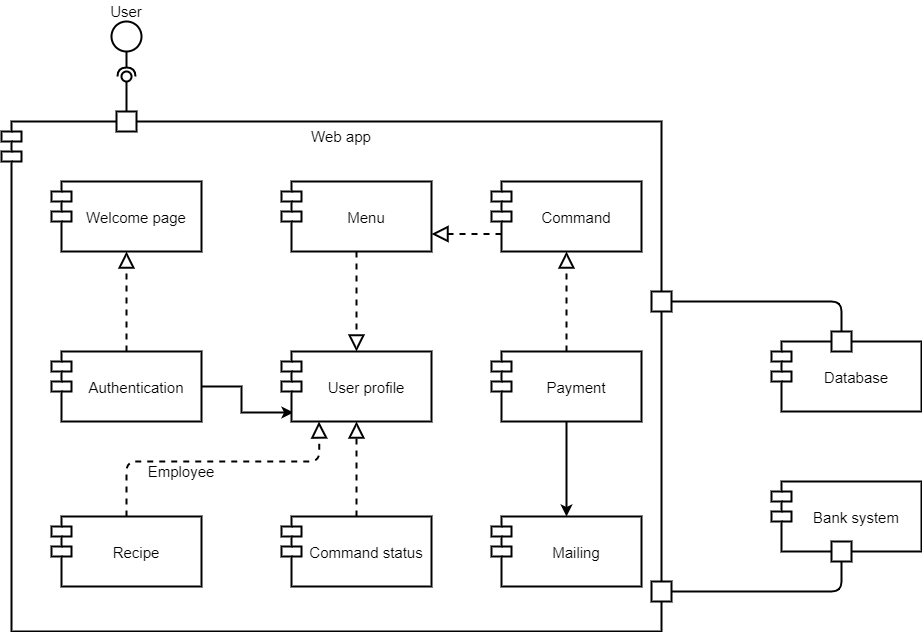
Earlier version of the draw.io export diagrammes/component diagram.png (Tony380/Projet6). Source tidied: cells renumbered, new cells last; positions are measured from the earlier drawing's top-left corner, leaving out a move shared by most shapes.
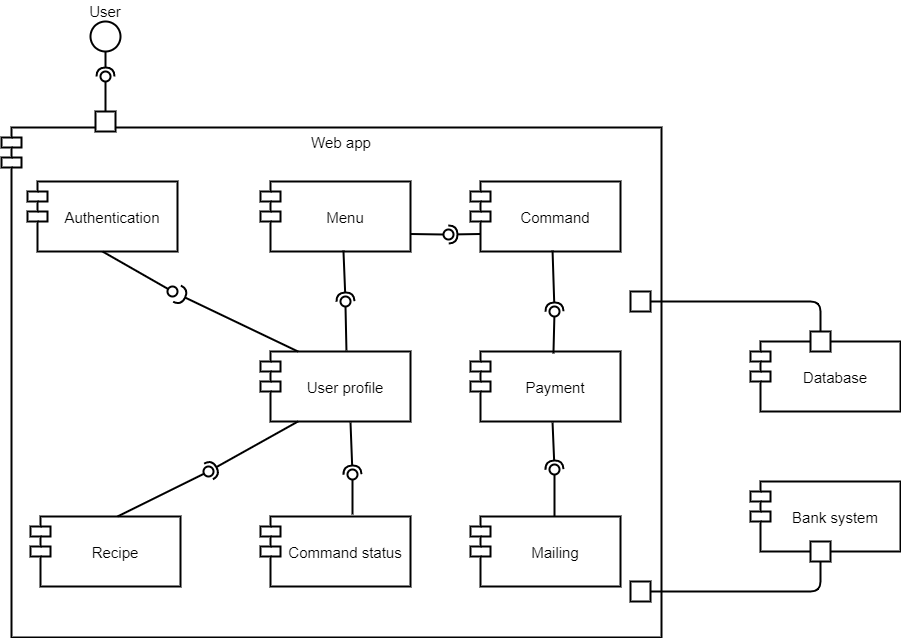
The same diagram one commit later.

Commit message:
Correction class_diagram relations

What changed in the source:
```diff
@@ -3,13 +3,10 @@
     <mxCell id="0" />
     <mxCell id="1" parent="0" />
     <mxCell id="2" value="Web app" style="shape=module;align=left;spacingLeft=20;align=center;verticalAlign=top;strokeWidth=2;fontSize=15;" parent="1" vertex="1">
-      <mxGeometry y="120" width="660" height="510" as="geometry" />
+      <mxGeometry x="21" y="126" width="660" height="510" as="geometry" />
     </mxCell>
-    <mxCell id="3" style="edgeStyle=orthogonalEdgeStyle;rounded=0;jettySize=auto;html=1;entryX=0.08;entryY=0.871;entryDx=0;entryDy=0;entryPerimeter=0;strokeWidth=2;fontSize=15;" parent="1" edge="1" source="4" target="10">
-      <mxGeometry relative="1" as="geometry" />
-    </mxCell>
     <mxCell id="4" value="Authentication" style="shape=module;align=left;spacingLeft=20;align=center;verticalAlign=middle;strokeWidth=2;fontSize=15;" parent="1" vertex="1">
-      <mxGeometry x="50" y="350" width="150" height="70" as="geometry" />
+      <mxGeometry x="47" y="180" width="150" height="70" as="geometry" />
     </mxCell>
     <mxCell id="5" value="Bank system" style="shape=module;align=left;spacingLeft=20;align=center;verticalAlign=middle;strokeWidth=2;fontSize=15;" parent="1" vertex="1">
       <mxGeometry x="770" y="480" width="150" height="70" as="geometry" />
@@ -29,9 +26,6 @@
     <mxCell id="10" value="User profile" style="shape=module;align=left;spacingLeft=20;align=center;verticalAlign=middle;strokeWidth=2;fontSize=15;" parent="1" vertex="1">
       <mxGeometry x="280" y="350" width="150" height="70" as="geometry" />
     </mxCell>
-    <mxCell id="11" value="Welcome page" style="shape=module;align=left;spacingLeft=20;align=center;verticalAlign=middle;strokeWidth=2;fontSize=15;" parent="1" vertex="1">
-      <mxGeometry x="50" y="180" width="150" height="70" as="geometry" />
-    </mxCell>
     <mxCell id="12" style="ellipse;whiteSpace=wrap;html=1;strokeWidth=2;fontSize=15;verticalAlign=middle;" parent="1" vertex="1">
       <mxGeometry x="110" y="20" width="30" height="30" as="geometry" />
     </mxCell>
@@ -41,21 +35,9 @@
     <mxCell id="14" value="User" style="text;html=1;strokeColor=none;fillColor=none;align=center;verticalAlign=middle;whiteSpace=wrap;rounded=0;strokeWidth=2;fontSize=15;" parent="1" vertex="1">
       <mxGeometry x="105" width="40" height="20" as="geometry" />
     </mxCell>
-    <mxCell id="15" style="endArrow=block;dashed=1;endFill=0;endSize=12;html=1;entryX=0.5;entryY=1;entryDx=0;entryDy=0;exitX=0.5;exitY=0;exitDx=0;exitDy=0;strokeWidth=2;fontSize=15;verticalAlign=middle;" parent="1" edge="1" source="4" target="11">
-      <mxGeometry relative="1" as="geometry" />
-    </mxCell>
-    <mxCell id="16" style="endArrow=block;dashed=1;endFill=0;endSize=12;html=1;entryX=1;entryY=0.75;entryDx=0;entryDy=0;exitX=0;exitY=0.75;exitDx=10;exitDy=0;exitPerimeter=0;strokeWidth=2;fontSize=15;verticalAlign=middle;" parent="1" edge="1" source="8" target="9">
-      <mxGeometry relative="1" as="geometry" />
-    </mxCell>
-    <mxCell id="17" style="edgeStyle=orthogonalEdgeStyle;rounded=0;jettySize=auto;html=1;entryX=0.5;entryY=0;entryDx=0;entryDy=0;strokeWidth=2;fontSize=15;" parent="1" edge="1" source="18" target="31">
-      <mxGeometry relative="1" as="geometry" />
-    </mxCell>
     <mxCell id="18" value="Payment" style="shape=module;align=left;spacingLeft=20;align=center;verticalAlign=middle;strokeWidth=2;fontSize=15;" parent="1" vertex="1">
       <mxGeometry x="490" y="350" width="150" height="70" as="geometry" />
     </mxCell>
-    <mxCell id="19" style="endArrow=block;dashed=1;endFill=0;endSize=12;html=1;exitX=0.5;exitY=0;exitDx=0;exitDy=0;strokeWidth=2;fontSize=15;verticalAlign=middle;" parent="1" edge="1" source="18" target="8">
-      <mxGeometry relative="1" as="geometry" />
-    </mxCell>
     <mxCell id="20" style="whiteSpace=wrap;html=1;strokeWidth=2;fontSize=15;verticalAlign=middle;rotation=90;" parent="1" vertex="1">
       <mxGeometry x="650" y="580" width="20" height="20" as="geometry" />
     </mxCell>
@@ -85,23 +67,6 @@
         </Array>
       </mxGeometry>
     </mxCell>
-    <mxCell id="27" style="endArrow=block;dashed=1;endFill=0;endSize=12;html=1;entryX=0.5;entryY=0;entryDx=0;entryDy=0;exitX=0.5;exitY=1;exitDx=0;exitDy=0;strokeWidth=2;fontSize=15;verticalAlign=middle;" parent="1" edge="1" source="9" target="10">
-      <mxGeometry relative="1" as="geometry" />
-    </mxCell>
-    <mxCell id="28" style="endArrow=block;dashed=1;endFill=0;endSize=12;html=1;entryX=0.5;entryY=1;entryDx=0;entryDy=0;exitX=0.5;exitY=0;exitDx=0;exitDy=0;strokeWidth=2;fontSize=15;verticalAlign=middle;" parent="1" edge="1" source="7" target="10">
-      <mxGeometry relative="1" as="geometry" />
-    </mxCell>
-    <mxCell id="29" style="endArrow=block;dashed=1;endFill=0;endSize=12;html=1;entryX=0.25;entryY=1;entryDx=0;entryDy=0;exitX=0.5;exitY=0;exitDx=0;exitDy=0;strokeWidth=2;fontSize=15;verticalAlign=middle;" parent="1" edge="1" source="25" target="10">
-      <mxGeometry relative="1" as="geometry">
-        <Array as="points">
-          <mxPoint x="125" y="460" />
-          <mxPoint x="318" y="460" />
-        </Array>
-      </mxGeometry>
-    </mxCell>
-    <mxCell id="30" value="Employee" style="text;html=1;strokeColor=none;fillColor=none;align=center;verticalAlign=middle;whiteSpace=wrap;rounded=0;fontSize=15;rotation=0;" parent="1" vertex="1">
-      <mxGeometry x="160" y="460" width="40" height="20" as="geometry" />
-    </mxCell>
     <mxCell id="31" value="Mailing" style="shape=module;align=left;spacingLeft=20;align=center;verticalAlign=middle;strokeWidth=2;fontSize=15;" parent="1" vertex="1">
       <mxGeometry x="490" y="515" width="150" height="70" as="geometry" />
     </mxCell>
@@ -116,5 +81,70 @@
     <mxCell id="34" style="ellipse;whiteSpace=wrap;html=1;fontFamily=Helvetica;fontSize=15;fontColor=#000000;align=center;strokeColor=#000000;fillColor=#ffffff;points=[];strokeWidth=2;" parent="1" vertex="1">
       <mxGeometry x="120" y="70" width="10" height="10" as="geometry" />
     </mxCell>
+    <mxCell id="35" style="rounded=0;jettySize=auto;html=1;endArrow=none;endFill=0;exitX=0.5;exitY=1;exitDx=0;exitDy=0;strokeWidth=2;" parent="1" edge="1" source="4" target="37">
+      <mxGeometry relative="1" as="geometry" />
+    </mxCell>
+    <mxCell id="36" style="rounded=0;jettySize=auto;html=1;endArrow=halfCircle;endFill=0;endSize=6;strokeWidth=2;exitX=0.25;exitY=0;exitDx=0;exitDy=0;" parent="1" edge="1" source="10" target="37">
+      <mxGeometry relative="1" as="geometry" />
+    </mxCell>
+    <mxCell id="37" style="ellipse;whiteSpace=wrap;html=1;fontFamily=Helvetica;fontSize=12;fontColor=#000000;align=center;strokeColor=#000000;fillColor=#ffffff;points=[];strokeWidth=2;" parent="1" vertex="1">
+      <mxGeometry x="187" y="285" width="10" height="10" as="geometry" />
+    </mxCell>
+    <mxCell id="38" style="rounded=0;jettySize=auto;html=1;endArrow=none;endFill=0;strokeWidth=2;exitX=0.573;exitY=-0.014;exitDx=0;exitDy=0;exitPerimeter=0;" parent="1" edge="1" source="10" target="40">
+      <mxGeometry relative="1" as="geometry" />
+    </mxCell>
+    <mxCell id="39" style="rounded=0;jettySize=auto;html=1;endArrow=halfCircle;endFill=0;entryX=0.5;entryY=0.5;entryDx=0;entryDy=0;endSize=6;strokeWidth=2;exitX=0.553;exitY=0.986;exitDx=0;exitDy=0;exitPerimeter=0;" parent="1" edge="1" source="9" target="40">
+      <mxGeometry relative="1" as="geometry" />
+    </mxCell>
+    <mxCell id="40" style="ellipse;whiteSpace=wrap;html=1;fontFamily=Helvetica;fontSize=12;fontColor=#000000;align=center;strokeColor=#000000;fillColor=#ffffff;points=[];strokeWidth=2;" parent="1" vertex="1">
+      <mxGeometry x="360" y="295" width="10" height="10" as="geometry" />
+    </mxCell>
+    <mxCell id="41" style="rounded=0;jettySize=auto;html=1;endArrow=none;endFill=0;strokeWidth=2;exitX=1;exitY=0.75;exitDx=0;exitDy=0;" parent="1" edge="1" source="9" target="43">
+      <mxGeometry relative="1" as="geometry" />
+    </mxCell>
+    <mxCell id="42" style="rounded=0;jettySize=auto;html=1;endArrow=halfCircle;endFill=0;entryX=0.5;entryY=0.5;entryDx=0;entryDy=0;endSize=6;strokeWidth=2;exitX=0;exitY=0.75;exitDx=10;exitDy=0;exitPerimeter=0;" parent="1" edge="1" source="8" target="43">
+      <mxGeometry relative="1" as="geometry" />
+    </mxCell>
+    <mxCell id="43" style="ellipse;whiteSpace=wrap;html=1;fontFamily=Helvetica;fontSize=12;fontColor=#000000;align=center;strokeColor=#000000;fillColor=#ffffff;points=[];strokeWidth=2;" parent="1" vertex="1">
+      <mxGeometry x="463" y="228" width="10" height="10" as="geometry" />
+    </mxCell>
+    <mxCell id="44" style="rounded=0;jettySize=auto;html=1;endArrow=none;endFill=0;strokeWidth=2;exitX=0.553;exitY=0.029;exitDx=0;exitDy=0;exitPerimeter=0;" parent="1" edge="1" source="18" target="46">
+      <mxGeometry relative="1" as="geometry" />
+    </mxCell>
+    <mxCell id="45" style="rounded=0;jettySize=auto;html=1;endArrow=halfCircle;endFill=0;entryX=0.5;entryY=0.5;entryDx=0;entryDy=0;endSize=6;strokeWidth=2;exitX=0.547;exitY=0.986;exitDx=0;exitDy=0;exitPerimeter=0;" parent="1" edge="1" source="8" target="46">
+      <mxGeometry relative="1" as="geometry" />
+    </mxCell>
+    <mxCell id="46" style="ellipse;whiteSpace=wrap;html=1;fontFamily=Helvetica;fontSize=12;fontColor=#000000;align=center;strokeColor=#000000;fillColor=#ffffff;points=[];strokeWidth=2;" parent="1" vertex="1">
+      <mxGeometry x="569" y="305" width="10" height="10" as="geometry" />
+    </mxCell>
+    <mxCell id="47" style="rounded=0;jettySize=auto;html=1;endArrow=none;endFill=0;strokeWidth=2;exitX=0.56;exitY=0;exitDx=0;exitDy=0;exitPerimeter=0;" parent="1" edge="1" source="31" target="49">
+      <mxGeometry relative="1" as="geometry" />
+    </mxCell>
+    <mxCell id="48" style="rounded=0;jettySize=auto;html=1;endArrow=halfCircle;endFill=0;entryX=0.5;entryY=0.5;entryDx=0;entryDy=0;endSize=6;strokeWidth=2;exitX=0.547;exitY=1.014;exitDx=0;exitDy=0;exitPerimeter=0;" parent="1" edge="1" source="18" target="49">
+      <mxGeometry relative="1" as="geometry" />
+    </mxCell>
+    <mxCell id="49" style="ellipse;whiteSpace=wrap;html=1;fontFamily=Helvetica;fontSize=12;fontColor=#000000;align=center;strokeColor=#000000;fillColor=#ffffff;points=[];strokeWidth=2;" parent="1" vertex="1">
+      <mxGeometry x="569" y="463" width="10" height="10" as="geometry" />
+    </mxCell>
+    <mxCell id="50" style="rounded=0;jettySize=auto;html=1;endArrow=none;endFill=0;strokeWidth=2;" parent="1" edge="1" target="52">
+      <mxGeometry relative="1" as="geometry">
+        <mxPoint x="372" y="513" as="sourcePoint" />
+      </mxGeometry>
+    </mxCell>
+    <mxCell id="51" style="rounded=0;jettySize=auto;html=1;endArrow=halfCircle;endFill=0;entryX=0.5;entryY=0.5;entryDx=0;entryDy=0;endSize=6;strokeWidth=2;exitX=0.6;exitY=1.014;exitDx=0;exitDy=0;exitPerimeter=0;" parent="1" edge="1" source="10" target="52">
+      <mxGeometry relative="1" as="geometry" />
+    </mxCell>
+    <mxCell id="52" style="ellipse;whiteSpace=wrap;html=1;fontFamily=Helvetica;fontSize=12;fontColor=#000000;align=center;strokeColor=#000000;fillColor=#ffffff;points=[];strokeWidth=2;" parent="1" vertex="1">
+      <mxGeometry x="367" y="468" width="10" height="10" as="geometry" />
+    </mxCell>
+    <mxCell id="53" style="rounded=0;jettySize=auto;html=1;endArrow=none;endFill=0;strokeWidth=2;exitX=0.58;exitY=0;exitDx=0;exitDy=0;exitPerimeter=0;" parent="1" edge="1" source="25" target="55">
+      <mxGeometry relative="1" as="geometry" />
+    </mxCell>
+    <mxCell id="54" style="rounded=0;jettySize=auto;html=1;endArrow=halfCircle;endFill=0;entryX=0.5;entryY=0.5;entryDx=0;entryDy=0;endSize=6;strokeWidth=2;exitX=0.25;exitY=1;exitDx=0;exitDy=0;" parent="1" edge="1" source="10" target="55">
+      <mxGeometry relative="1" as="geometry" />
+    </mxCell>
+    <mxCell id="55" style="ellipse;whiteSpace=wrap;html=1;fontFamily=Helvetica;fontSize=12;fontColor=#000000;align=center;strokeColor=#000000;fillColor=#ffffff;points=[];strokeWidth=2;" parent="1" vertex="1">
+      <mxGeometry x="223" y="465" width="10" height="10" as="geometry" />
+    </mxCell>
   </root>
 </mxGraphModel>
```
